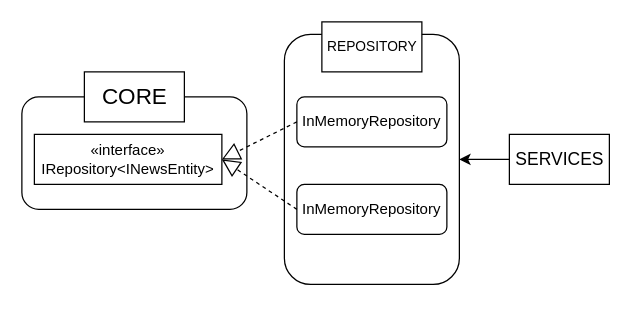
This is img/REPOSITORY_diagram.drawio from carlCarlson6/CamillionCodeAssignment, a draw.io file, before an edit. Source tidied: cells renumbered, new cells numbered last; positions are measured from the earlier drawing's top-left corner, leaving out a move shared by most shapes. Both pictures are drawn from the tidied source at 125%, with x=0, y=0 at pixel (21, 21).
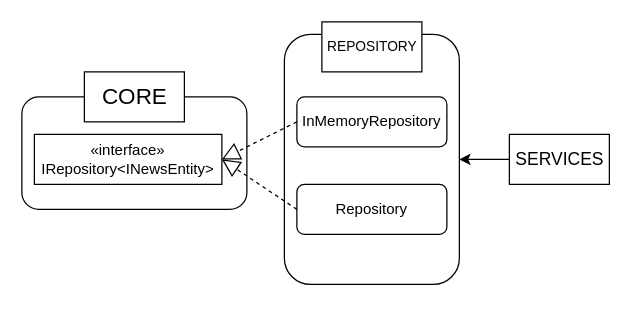
The same diagram, later.

Diff of the diagram source:
```diff
@@
 <mxGraphModel>
   <root>
     <mxCell id="0" />
     <mxCell id="1" parent="0" />
     <mxCell id="2" style="rounded=1;whiteSpace=wrap;html=1;" parent="1" vertex="1">
       <mxGeometry y="60" width="180" height="90" as="geometry" />
     </mxCell>
     <mxCell id="3" style="rounded=1;whiteSpace=wrap;html=1;" parent="1" vertex="1">
       <mxGeometry x="210" y="10" width="140" height="200" as="geometry" />
     </mxCell>
     <mxCell id="4" value="&lt;font style=&quot;font-size: 11px&quot;&gt;REPOSITORY&lt;/font&gt;" style="html=1;" parent="1" vertex="1">
       <mxGeometry x="240" width="80" height="40" as="geometry" />
     </mxCell>
     <mxCell id="5" value="InMemoryRepository" style="rounded=1;whiteSpace=wrap;html=1;" parent="1" vertex="1">
       <mxGeometry x="220" y="60" width="120" height="40" as="geometry" />
     </mxCell>
     <mxCell id="6" value="«interface»&lt;br style=&quot;padding: 0px ; margin: 0px&quot;&gt;IRepository&amp;lt;INewsEntity&amp;gt;" style="rounded=0;whiteSpace=wrap;html=1;" parent="1" vertex="1">
       <mxGeometry x="10" y="90" width="150" height="40" as="geometry" />
     </mxCell>
     <mxCell id="7" style="endArrow=block;dashed=1;endFill=0;endSize=12;html=1;exitX=0;exitY=0.5;exitDx=0;exitDy=0;entryX=1;entryY=0.5;entryDx=0;entryDy=0;" parent="1" edge="1" source="5" target="6">
       <mxGeometry relative="1" as="geometry" />
     </mxCell>
-    <mxCell id="8" value="InMemoryRepository" style="rounded=1;whiteSpace=wrap;html=1;" parent="1" vertex="1">
+    <mxCell id="8" value="Repository" style="rounded=1;whiteSpace=wrap;html=1;" parent="1" vertex="1">
       <mxGeometry x="220" y="130" width="120" height="40" as="geometry" />
     </mxCell>
     <mxCell id="9" style="endArrow=block;dashed=1;endFill=0;endSize=12;html=1;exitX=0;exitY=0.5;exitDx=0;exitDy=0;entryX=1;entryY=0.5;entryDx=0;entryDy=0;" parent="1" edge="1" source="8" target="6">
       <mxGeometry relative="1" as="geometry" />
     </mxCell>
     <mxCell id="10" style="edgeStyle=orthogonalEdgeStyle;rounded=0;jettySize=auto;html=1;entryX=1;entryY=0.5;entryDx=0;entryDy=0;" parent="1" edge="1" source="11" target="3">
       <mxGeometry relative="1" as="geometry" />
     </mxCell>
     <mxCell id="11" value="&lt;font style=&quot;font-size: 14px&quot;&gt;SERVICES&lt;/font&gt;" style="html=1;" parent="1" vertex="1">
       <mxGeometry x="390" y="90" width="80" height="40" as="geometry" />
     </mxCell>
     <mxCell id="12" style="edgeStyle=orthogonalEdgeStyle;rounded=0;orthogonalLoop=1;jettySize=auto;html=1;exitX=0.5;exitY=1;exitDx=0;exitDy=0;" parent="1" edge="1" source="3" target="3">
       <mxGeometry relative="1" as="geometry" />
     </mxCell>
     <mxCell id="13" value="&lt;font style=&quot;font-size: 18px&quot;&gt;CORE&lt;/font&gt;" style="html=1;" parent="1" vertex="1">
       <mxGeometry x="50" y="40" width="80" height="40" as="geometry" />
     </mxCell>
   </root>
 </mxGraphModel>
```
